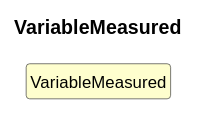
Before: cdif-uml-model/cdifDiscovery/Classes/VariableMeasured.svg, a diagram exported from PlantUML (Cross-Domain-Interoperability-Framework/metadataBuildingBlocks).
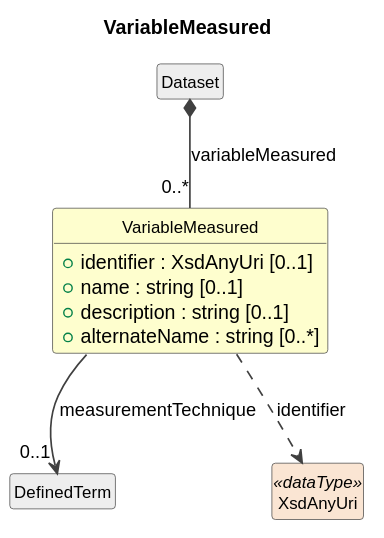
The same file after the commit.

What changed in the source:
```diff
@@ -10,5 +10,16 @@
   FontSize 12
 }
 
-class "VariableMeasured" as VariableMeasured #FEFECE
+class "VariableMeasured" as VariableMeasured #FEFECE {
+  +identifier : XsdAnyUri [0..1]
+  +name : string [0..1]
+  +description : string [0..1]
+  +alternateName : string [0..*]
+}
+class "Dataset" as Dataset #EEEEEE
+Dataset *-- "0..*" VariableMeasured : variableMeasured
+class "DefinedTerm" as DefinedTerm #EEEEEE
+VariableMeasured --> "0..1" DefinedTerm : measurementTechnique
+class "XsdAnyUri" as XsdAnyUri <<dataType>> #FAE5D3
+VariableMeasured ..> XsdAnyUri : identifier
 @enduml
```
